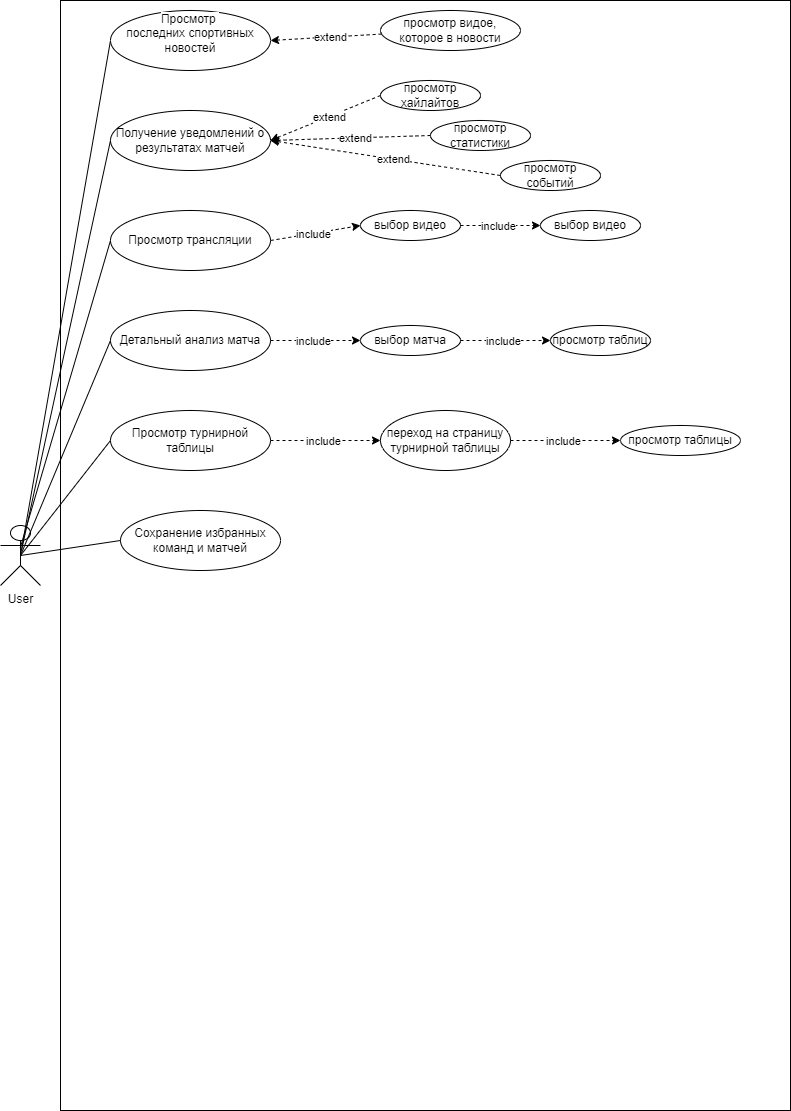
Earlier version of the draw.io export Use Case diagram.drawio.png (KorolenkoDaniil/SportApp). Source tidied: cells renumbered, new cells last; positions are measured from the earlier drawing's top-left corner, leaving out a move shared by most shapes.
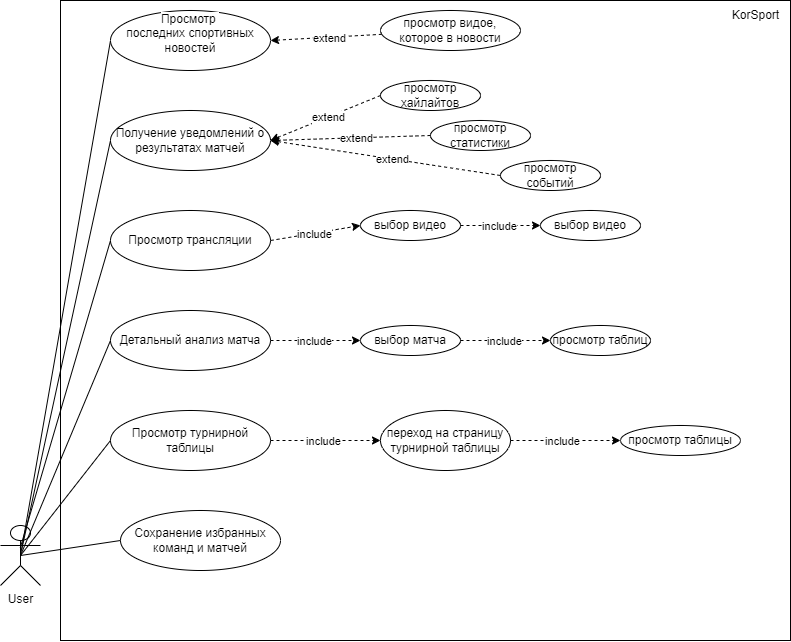
After the commit.

The edit, as a diff of the source:
```diff
@@ -9,7 +9,7 @@
       <mxGeometry y="525" width="40" height="60" as="geometry" />
     </mxCell>
     <mxCell id="4" style="rounded=0;whiteSpace=wrap;html=1;fillColor=none;imageHeight=24;" parent="1" vertex="1">
-      <mxGeometry x="60" width="730" height="1110" as="geometry" />
+      <mxGeometry x="60" width="730" height="640" as="geometry" />
     </mxCell>
     <mxCell id="5" value="&lt;p style=&quot;margin:0cm;mso-list:l0 level1 lfo1&quot; class=&quot;a&quot;&gt;&lt;span style=&quot;background: white;&quot;&gt;Просмотр&amp;nbsp;&lt;/span&gt;&lt;/p&gt;&lt;p style=&quot;margin:0cm;mso-list:l0 level1 lfo1&quot; class=&quot;a&quot;&gt;&lt;span style=&quot;background: white;&quot;&gt;последних спортивных новостей&lt;/span&gt;&lt;/p&gt;&lt;p style=&quot;margin:0cm;mso-list:l0 level1 lfo1&quot; class=&quot;a&quot;&gt;&lt;span style=&quot;background: white;&quot;&gt;&lt;br&gt;&lt;/span&gt;&lt;/p&gt;" style="ellipse;whiteSpace=wrap;html=1;" parent="1" vertex="1">
       <mxGeometry x="110" y="10" width="160" height="60" as="geometry" />
@@ -136,5 +136,8 @@
     <mxCell id="45" value="include" style="edgeLabel;html=1;align=center;verticalAlign=middle;" parent="44" vertex="1">
       <mxGeometry x="-0.06" relative="1" as="geometry" />
     </mxCell>
+    <mxCell id="46" value="KorSport" style="text;html=1;align=center;verticalAlign=middle;strokeColor=none;fillColor=none;" parent="1" vertex="1">
+      <mxGeometry x="720" width="70" height="30" as="geometry" />
+    </mxCell>
   </root>
 </mxGraphModel>
```
